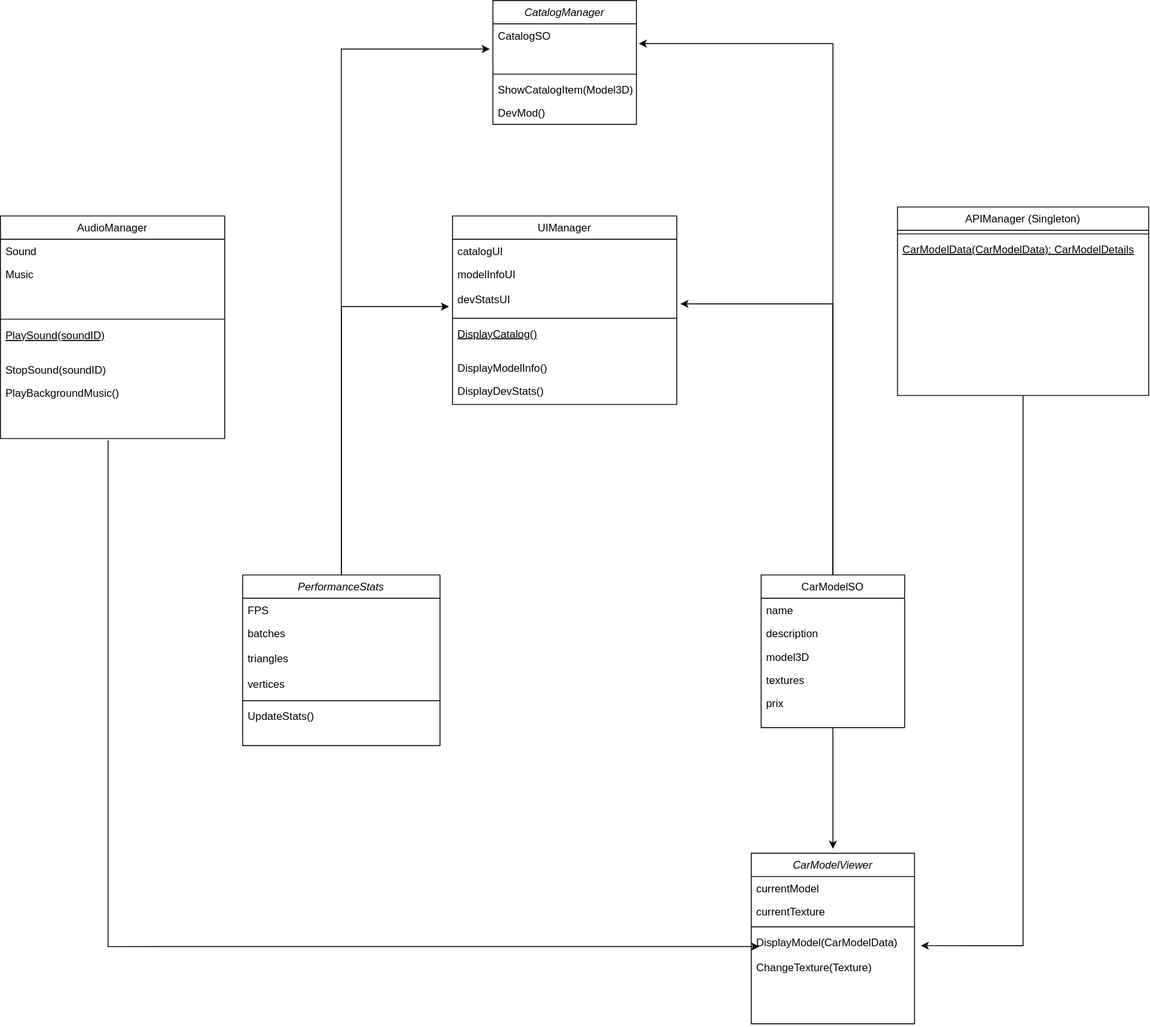
Before: Projet8.drawio.svg, a diagram exported from draw.io (Ashura100/Projet8). Source tidied: cells renumbered, new cells last; positions are measured from the earlier drawing's top-left corner, leaving out a move shared by most shapes.
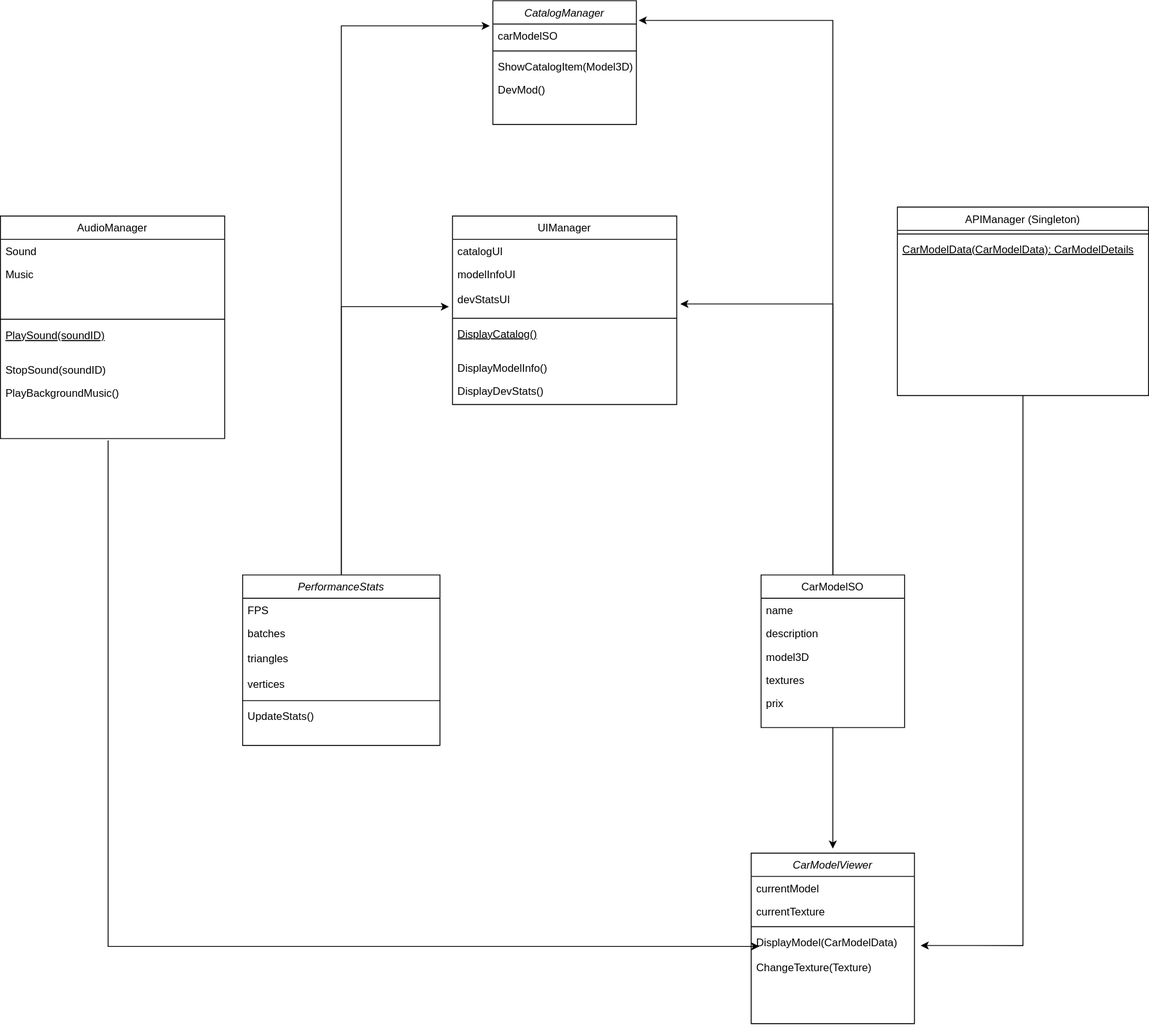
After the change.

Commit message:
Mettre à jour Projet8.drawio.svg

The edit, as a diff of the source:
```diff
@@ -5,20 +5,17 @@
     <mxCell id="2" value="CatalogManager" style="swimlane;fontStyle=2;align=center;verticalAlign=top;horizontal=1;startSize=26;rounded=0;shadow=0;strokeWidth=1;" parent="1" vertex="1">
       <mxGeometry x="549" width="160" height="138" as="geometry" />
     </mxCell>
-    <mxCell id="3" value="CatalogSO" style="text;align=left;verticalAlign=top;spacingLeft=4;spacingRight=4;overflow=hidden;" parent="2" vertex="1">
-      <mxGeometry y="26" width="160" height="26" as="geometry" />
-    </mxCell>
-    <mxCell id="4" value="&#10;" style="text;align=left;verticalAlign=top;spacingLeft=4;spacingRight=4;overflow=hidden;points=[[0,0.5],[1,0.5]];portConstraint=eastwest;rounded=0;shadow=0;html=0;" parent="2" vertex="1">
-      <mxGeometry y="52" width="160" height="26" as="geometry" />
+    <mxCell id="4" value="carModelSO" style="text;align=left;verticalAlign=top;spacingLeft=4;spacingRight=4;overflow=hidden;points=[[0,0.5],[1,0.5]];portConstraint=eastwest;rounded=0;shadow=0;html=0;" parent="2" vertex="1">
+      <mxGeometry y="26" width="160" height="26" as="geometry" />
     </mxCell>
     <mxCell id="5" style="line;html=1;strokeWidth=1;align=left;verticalAlign=middle;spacingTop=-1;spacingLeft=3;spacingRight=3;labelPosition=right;" parent="2" vertex="1">
-      <mxGeometry y="78" width="160" height="8" as="geometry" />
+      <mxGeometry y="52" width="160" height="8" as="geometry" />
     </mxCell>
     <mxCell id="6" value="ShowCatalogItem(Model3D)" style="text;align=left;verticalAlign=top;spacingLeft=4;spacingRight=4;overflow=hidden;" parent="2" vertex="1">
-      <mxGeometry y="86" width="160" height="26" as="geometry" />
+      <mxGeometry y="60" width="160" height="26" as="geometry" />
     </mxCell>
     <mxCell id="7" value="DevMod()" style="text;align=left;verticalAlign=top;spacingLeft=4;spacingRight=4;overflow=hidden;" parent="2" vertex="1">
-      <mxGeometry y="112" width="160" height="26" as="geometry" />
+      <mxGeometry y="86" width="160" height="26" as="geometry" />
     </mxCell>
     <mxCell id="8" value="UIManager" style="swimlane;fontStyle=0;align=center;verticalAlign=top;horizontal=1;startSize=26;rounded=0;shadow=0;strokeWidth=1;" parent="1" vertex="1">
       <mxGeometry x="504" y="240" width="250" height="210" as="geometry" />
```
